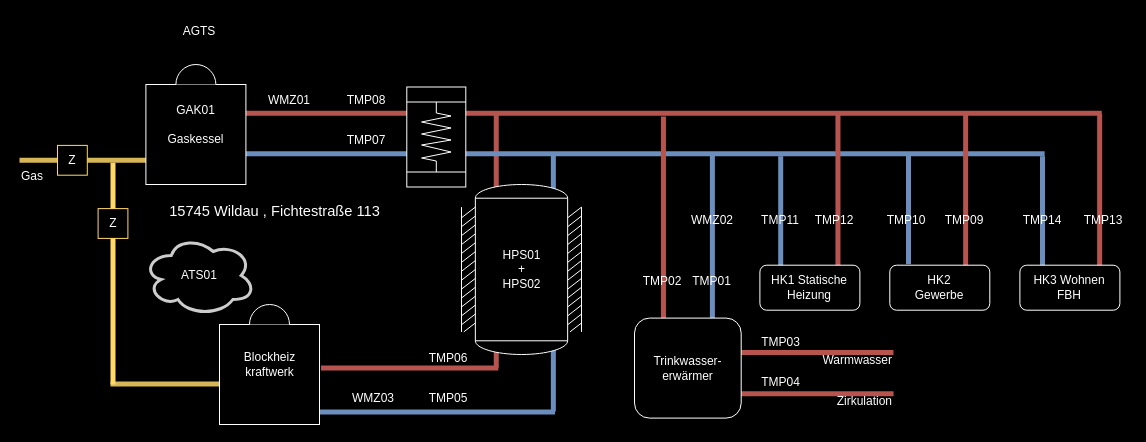
Earlier version of the draw.io diagram TSM-0135-09020.drawio (drrolandwerner/drawio). Source tidied: cells renumbered, new cells numbered last; positions are measured from the earlier drawing's top-left corner, leaving out a move shared by most shapes. Both pictures are drawn from the tidied source at 100%, with x=0, y=0 at pixel (19, -317).
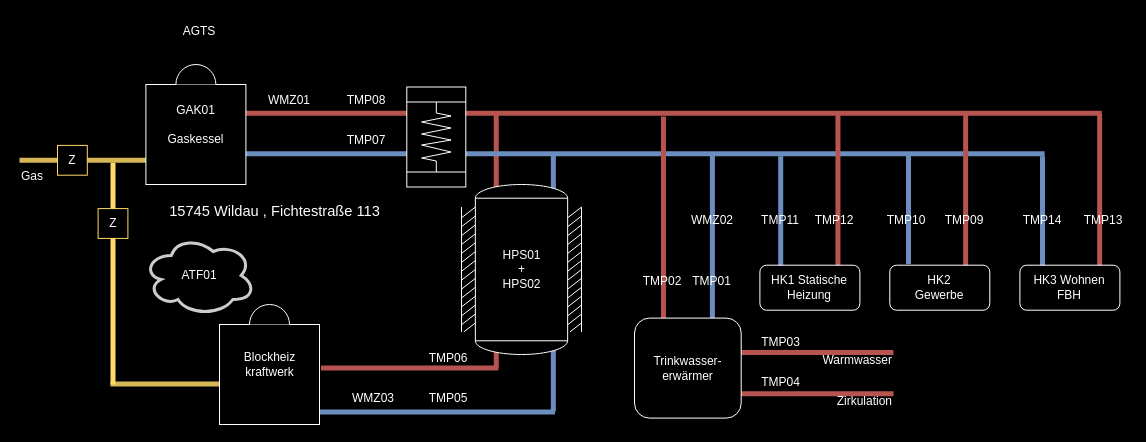
The same page after the edit.

Change to the diagram source:
```diff
@@
-    <mxCell id="10" value="ATS01" style="ellipse;shape=cloud;whiteSpace=wrap;html=1;strokeWidth=3;strokeColor=#CCCCCC;fillColor=none;fontColor=#FFFFFF;" parent="1" vertex="1">
+    <mxCell id="10" value="ATF01" style="ellipse;shape=cloud;whiteSpace=wrap;html=1;strokeWidth=3;strokeColor=#CCCCCC;fillColor=none;fontColor=#FFFFFF;" parent="1" vertex="1">
       <mxGeometry x="123.8" y="552" width="111.9" height="80" as="geometry" />
     </mxCell>
```
